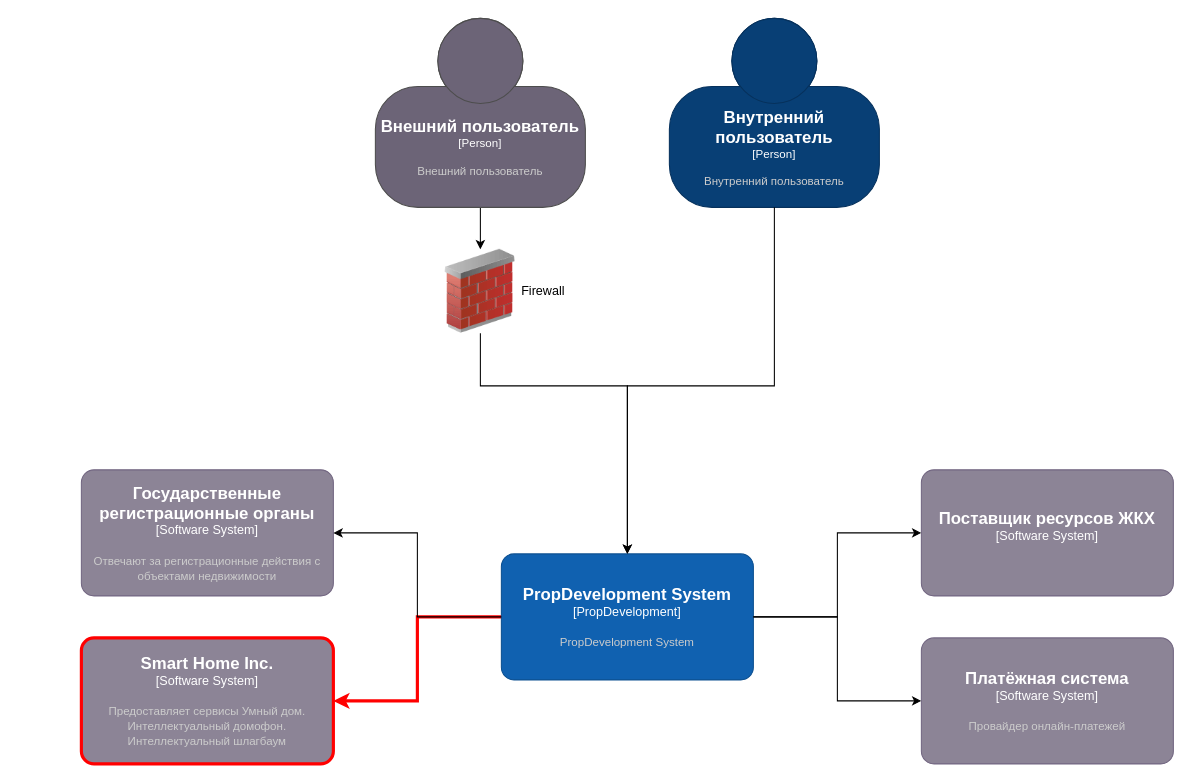
SynaxIntelligence/architecture-sprint-7 keeps this draw.io diagram as page "c4_context" (1 of 2) of Exc3/PropDevelopment_С4_model.drawio. Above is the earlier version. Source tidied: cells renumbered, new cells numbered last; positions are measured from the earlier drawing's top-left corner, leaving out a move shared by most shapes. Both pictures are drawn from the tidied source at 105%, with x=0, y=0 at pixel (81, 18).
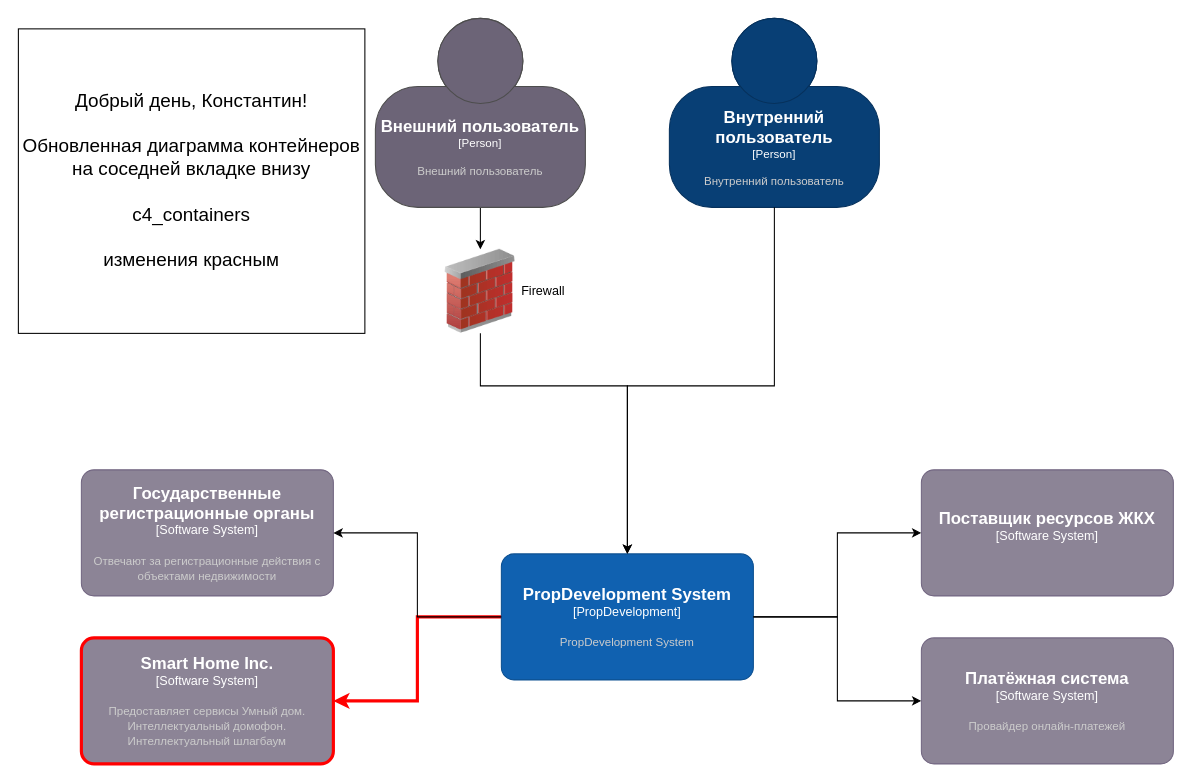
The same page after the edit.

Commit message:
[+] added comment to exec3

Change to the diagram source:
```diff
@@
+    <mxCell id="18" value="&lt;font style=&quot;font-size: 18px;&quot;&gt;Добрый день, Константин!&lt;/font&gt;&lt;div&gt;&lt;font style=&quot;font-size: 18px;&quot;&gt;&lt;br&gt;Обновленная диаграмма контейнеров на соседней вкладке внизу&lt;/font&gt;&lt;/div&gt;&lt;div&gt;&lt;span style=&quot;font-size: 18px;&quot;&gt;&lt;br&gt;&lt;/span&gt;&lt;/div&gt;&lt;div&gt;&lt;span style=&quot;font-size: 18px;&quot;&gt;c4_containers&lt;br&gt;&lt;/span&gt;&lt;div style=&quot;font-size: 18px;&quot;&gt;&lt;br&gt;&lt;/div&gt;&lt;/div&gt;&lt;div style=&quot;font-size: 18px;&quot;&gt;изменения красным&lt;/div&gt;" style="rounded=0;whiteSpace=wrap;html=1;" parent="1" vertex="1">
+      <mxGeometry x="-60" y="10" width="330" height="290" as="geometry" />
+    </mxCell>
```
